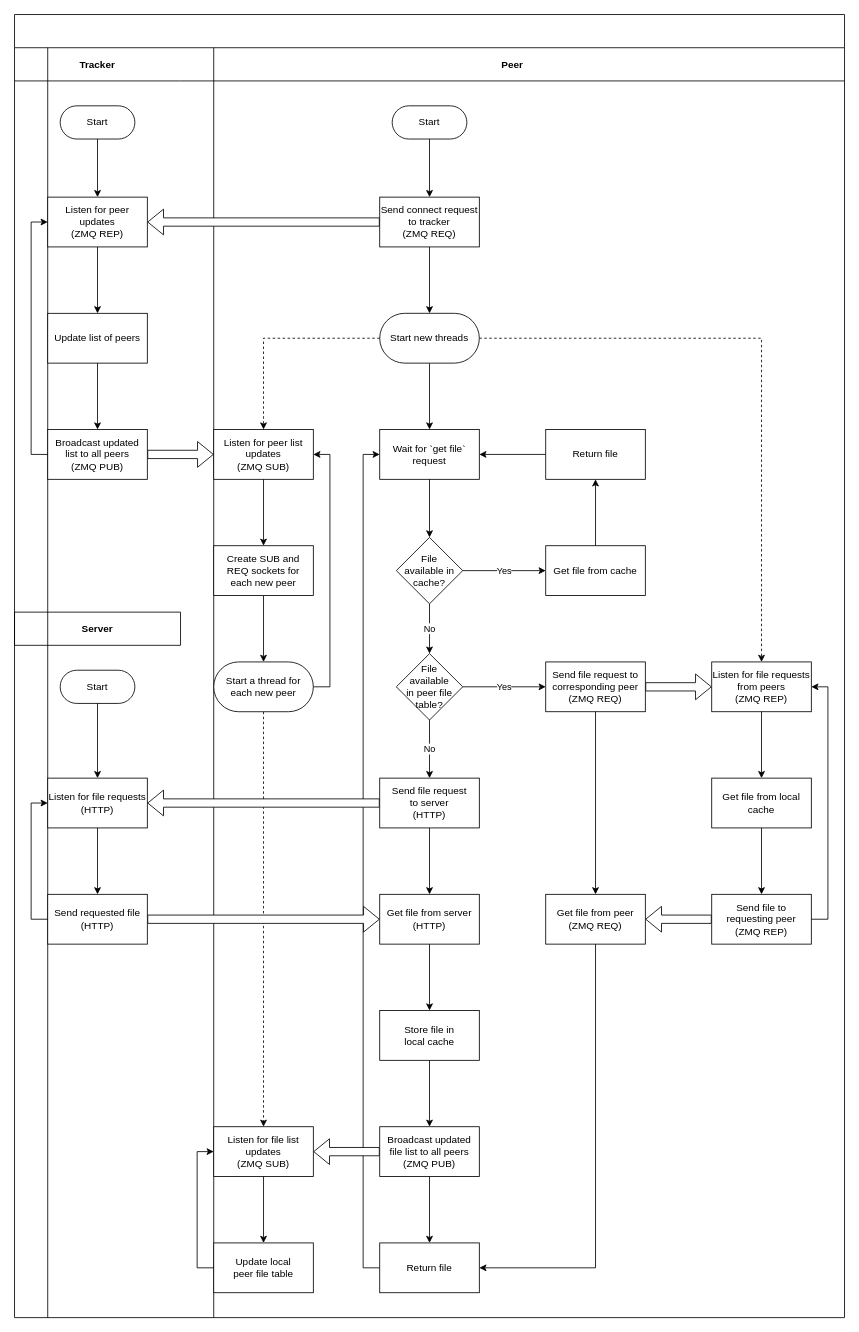
This is Flowchart.drawio from nan-af/sproj, a draw.io file, before an edit. Source tidied: cells renumbered, new cells numbered last; positions are measured from the earlier drawing's top-left corner, leaving out a move shared by most shapes. Both pictures are drawn from the tidied source at 83%, with x=0, y=0 at pixel (14, 14).
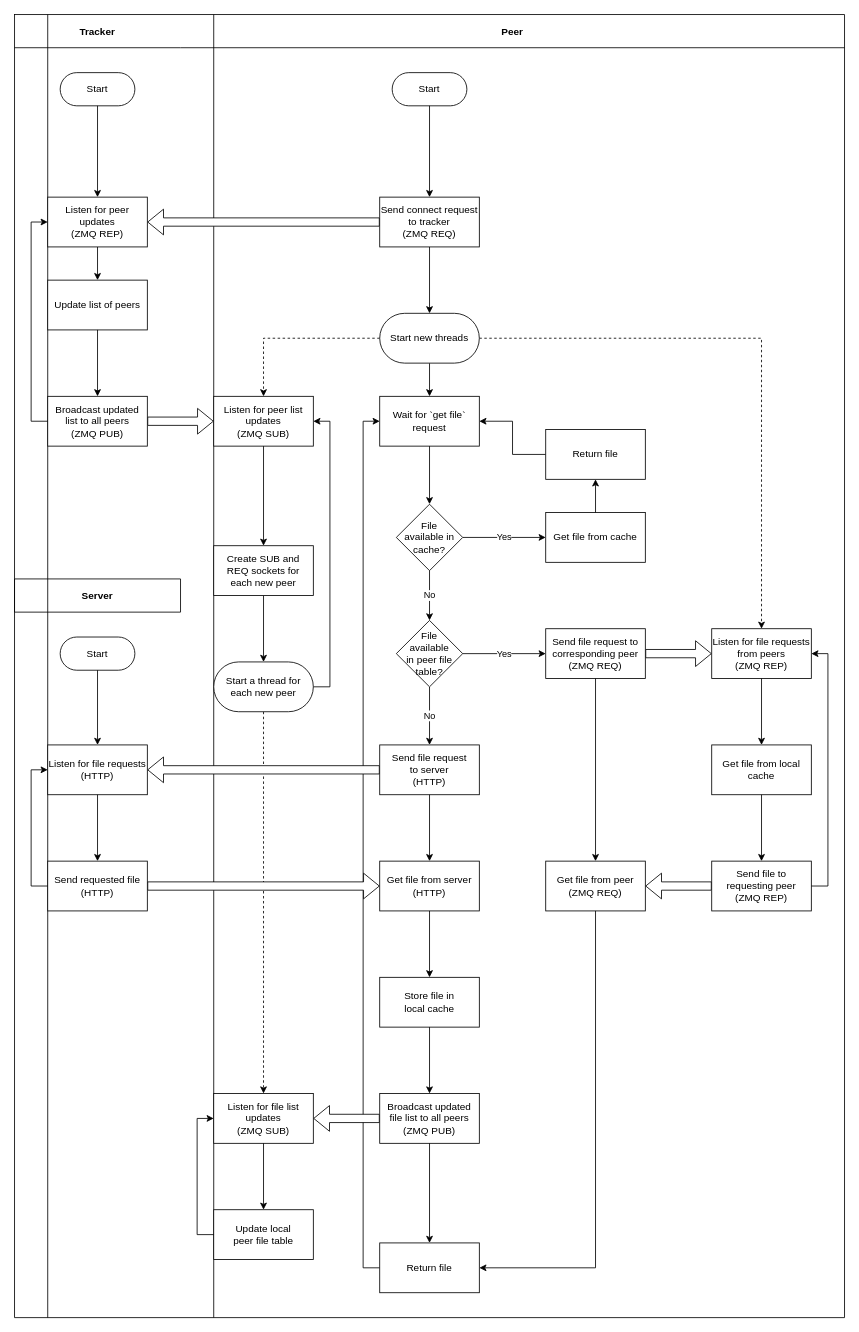
The same diagram, later.

Commit message:
Removed top empty cell

Change to the diagram source:
```diff
@@
-    <mxCell id="4" style="shape=table;childLayout=tableLayout;startSize=40;fillColor=none;fontStyle=1;" parent="1" vertex="1">
+    <mxCell id="4" style="shape=table;childLayout=tableLayout;startSize=0;fillColor=none;fontStyle=1;" parent="1" vertex="1">
       <mxGeometry width="1000" height="1570" as="geometry" />
     </mxCell>
     <mxCell id="5" style="shape=tableRow;horizontal=0;swimlaneHead=0;swimlaneBody=0;top=0;left=0;bottom=0;right=0;fillColor=none;startSize=40;fontStyle=1;" parent="4" vertex="1">
-      <mxGeometry y="40" width="1000" height="1530" as="geometry" />
+      <mxGeometry width="1000" height="1570" as="geometry" />
     </mxCell>
     <mxCell id="6" value="Tracker" style="swimlane;swimlaneHead=0;swimlaneBody=0;fillColor=none;startSize=40;fontStyle=1;" parent="5" vertex="1">
-      <mxGeometry width="200" height="1530" as="geometry" />
+      <mxGeometry width="200" height="1570" as="geometry" />
     </mxCell>
@@
     <mxCell id="21" value="Peer" style="swimlane;swimlaneHead=0;swimlaneBody=0;fillColor=none;startSize=40;fontStyle=1;" parent="5" vertex="1">
-      <mxGeometry x="200" width="800" height="1530" as="geometry" />
+      <mxGeometry x="200" width="800" height="1570" as="geometry" />
     </mxCell>
```
